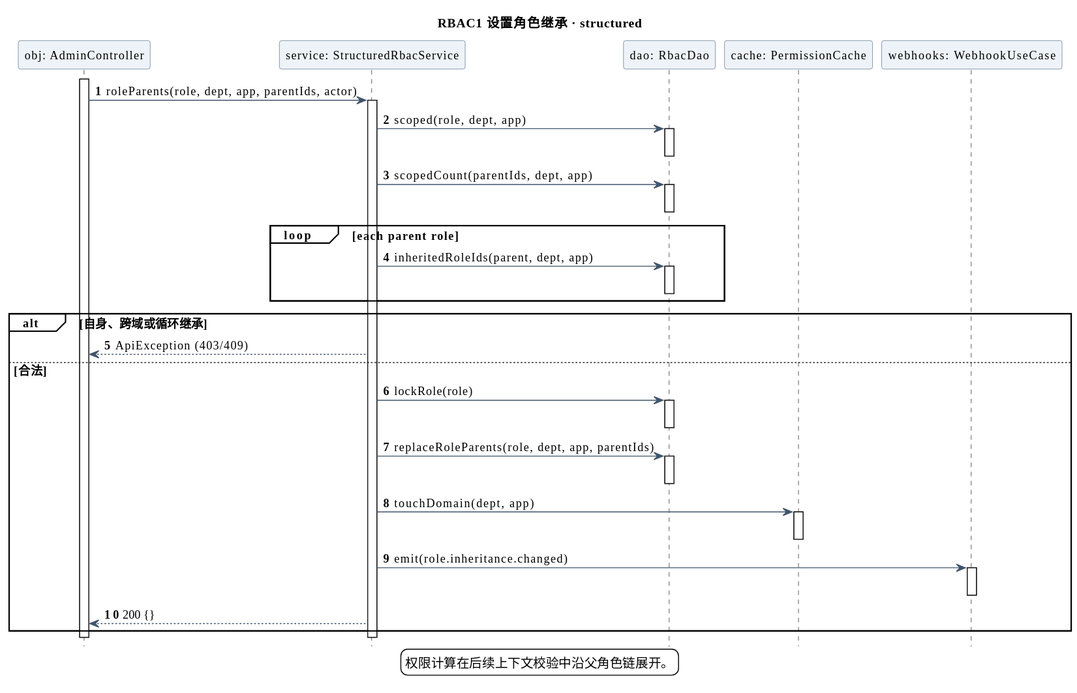
Earlier version of the PlantUML export doc/uml/role-hierarchy-sequence.svg (JiuQi79-BOT/MelonHub).
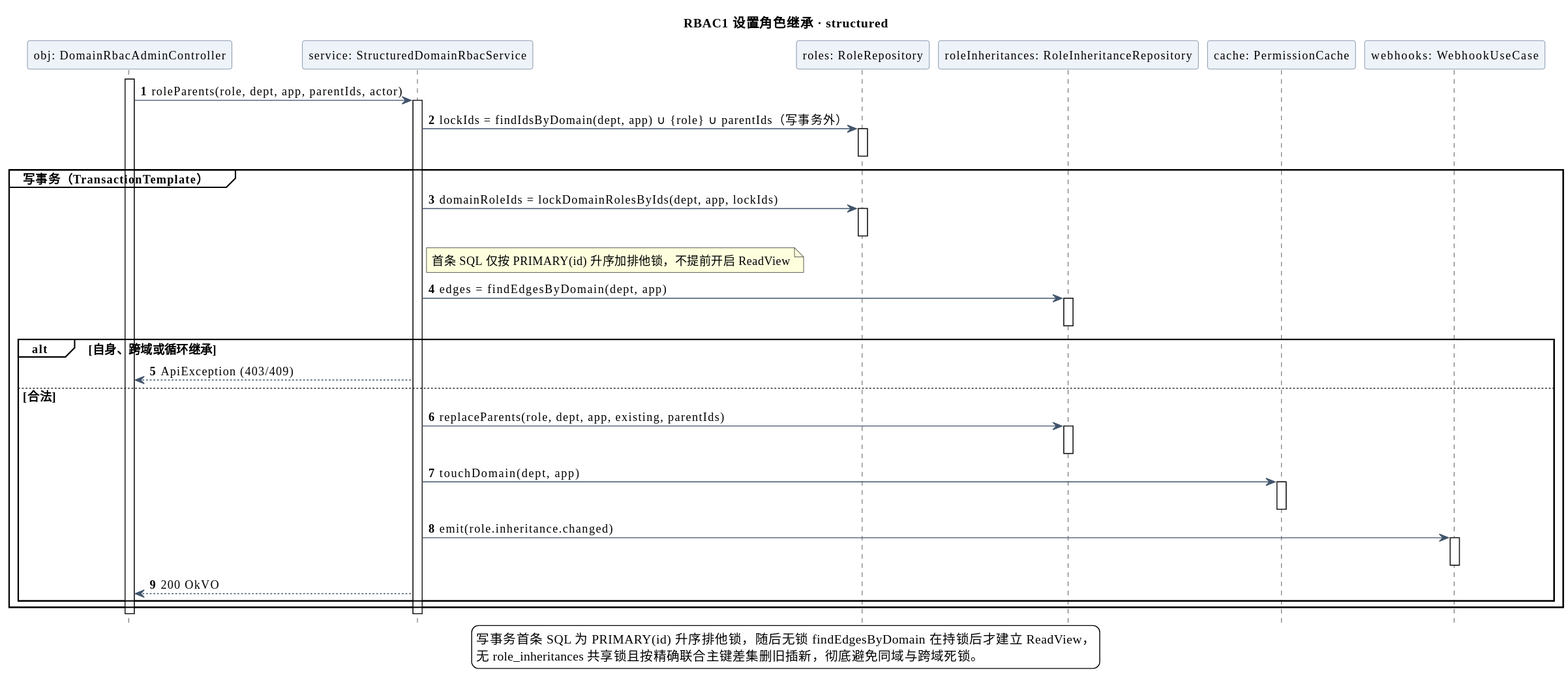
Above is the later version.

The edit, as a diff of the source:
```diff
@@ -13,46 +13,46 @@
 skinparam sequenceMessageAlign left
 hide footbox
 title RBAC1 设置角色继承 · structured
-participant "obj: AdminController" as C
-participant "service: StructuredRbacService" as S
-participant "dao: RbacDao" as D
+participant "obj: DomainRbacAdminController" as C
+participant "service: StructuredDomainRbacService" as S
+participant "roles: RoleRepository" as RR
+participant "roleInheritances: RoleInheritanceRepository" as RIR
 participant "cache: PermissionCache" as Cache
 participant "webhooks: WebhookUseCase" as W
 autonumber
 activate C
 C -> S: roleParents(role, dept, app, parentIds, actor)
 activate S
-S -> D: scoped(role, dept, app)
-activate D
-deactivate D
-S -> D: scopedCount(parentIds, dept, app)
-activate D
-deactivate D
-loop each parent role
- S -> D: inheritedRoleIds(parent, dept, app)
- activate D
- deactivate D
-end
-alt 自身、跨域或循环继承
- S --> C: ApiException (403/409)
-else 合法
- S -> D: lockRole(role)
- activate D
- deactivate D
- S -> D: replaceRoleParents(role, dept, app, parentIds)
- activate D
- deactivate D
- S -> Cache: touchDomain(dept, app)
- activate Cache
- deactivate Cache
- S -> W: emit(role.inheritance.changed)
- activate W
- deactivate W
- S --> C: 200 {}
+S -> RR: lockIds = findIdsByDomain(dept, app) ∪ {role} ∪ parentIds（写事务外）
+activate RR
+deactivate RR
+group 写事务（TransactionTemplate）
+ S -> RR: domainRoleIds = lockDomainRolesByIds(dept, app, lockIds)
+ activate RR
+ deactivate RR
+ note right of S: 首条 SQL 仅按 PRIMARY(id) 升序加排他锁，不提前开启 ReadView
+ S -> RIR: edges = findEdgesByDomain(dept, app)
+ activate RIR
+ deactivate RIR
+ alt 自身、跨域或循环继承
+  S --> C: ApiException (403/409)
+ else 合法
+  S -> RIR: replaceParents(role, dept, app, existing, parentIds)
+  activate RIR
+  deactivate RIR
+  S -> Cache: touchDomain(dept, app)
+  activate Cache
+  deactivate Cache
+  S -> W: emit(role.inheritance.changed)
+  activate W
+  deactivate W
+  S --> C: 200 OkVO
+ end
 end
 deactivate S
 deactivate C
 legend bottom
-权限计算在后续上下文校验中沿父角色链展开。
+写事务首条 SQL 为 PRIMARY(id) 升序排他锁，随后无锁 findEdgesByDomain 在持锁后才建立 ReadView，
+无 role_inheritances 共享锁且按精确联合主键差集删旧插新，彻底避免同域与跨域死锁。
 endlegend
 @enduml
```
